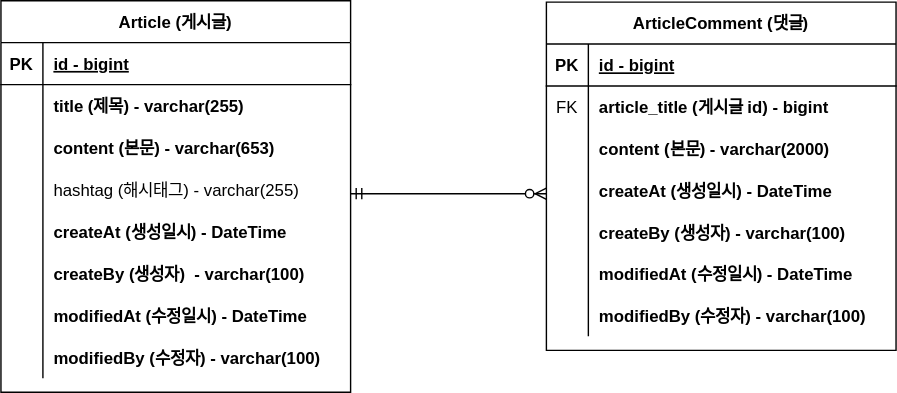
Above: document/project-board-erd.svg in hyun-sik94/project-board (draw.io), before the change. Source tidied: cells renumbered, new cells last; positions are measured from the earlier drawing's top-left corner, leaving out a move shared by most shapes.
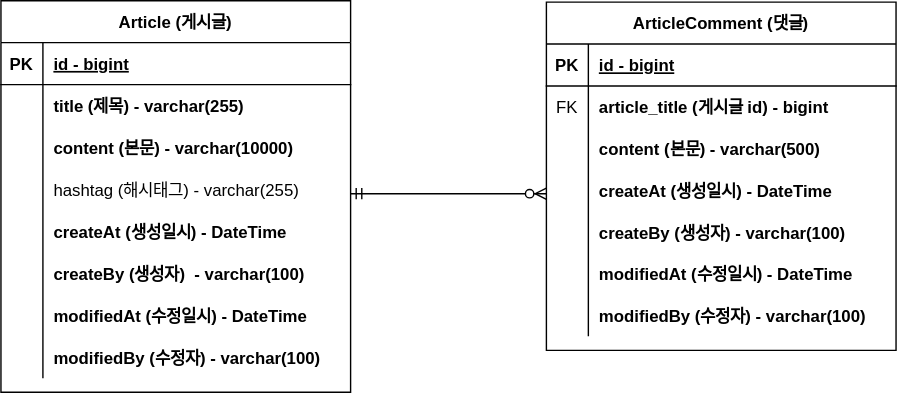
After the change.

Commit message:
#10 - ERD 업데이트: content 사이즈 변경

Diff of the diagram source:
```diff
@@ -29,7 +29,7 @@
     <mxCell id="10" value="        " style="shape=partialRectangle;overflow=hidden;fillColor=none;top=0;left=0;bottom=0;right=0;" parent="9" vertex="1">
       <mxGeometry width="30" height="30" as="geometry" />
     </mxCell>
-    <mxCell id="11" value="content (본문) - varchar(653)" style="shape=partialRectangle;overflow=hidden;fillColor=none;top=0;left=0;bottom=0;right=0;align=left;spacingLeft=6;fontStyle=1;" parent="9" vertex="1">
+    <mxCell id="11" value="content (본문) - varchar(10000)" style="shape=partialRectangle;overflow=hidden;fillColor=none;top=0;left=0;bottom=0;right=0;align=left;spacingLeft=6;fontStyle=1;" parent="9" vertex="1">
       <mxGeometry x="30" width="220" height="30" as="geometry" />
     </mxCell>
     <mxCell id="12" style="shape=partialRectangle;fillColor=none;top=0;left=0;right=0;bottom=0;" parent="2" vertex="1">
@@ -104,7 +104,7 @@
     <mxCell id="35" value="        " style="shape=partialRectangle;overflow=hidden;fillColor=none;top=0;left=0;bottom=0;right=0;" parent="34" vertex="1">
       <mxGeometry width="30" height="30" as="geometry" />
     </mxCell>
-    <mxCell id="36" value="content (본문) - varchar(2000)" style="shape=partialRectangle;overflow=hidden;fillColor=none;top=0;left=0;bottom=0;right=0;align=left;spacingLeft=6;fontStyle=1;" parent="34" vertex="1">
+    <mxCell id="36" value="content (본문) - varchar(500)" style="shape=partialRectangle;overflow=hidden;fillColor=none;top=0;left=0;bottom=0;right=0;align=left;spacingLeft=6;fontStyle=1;" parent="34" vertex="1">
       <mxGeometry x="30" width="220" height="30" as="geometry" />
     </mxCell>
     <mxCell id="37" style="shape=partialRectangle;fillColor=none;top=0;left=0;right=0;bottom=0;" parent="27" vertex="1">
```
